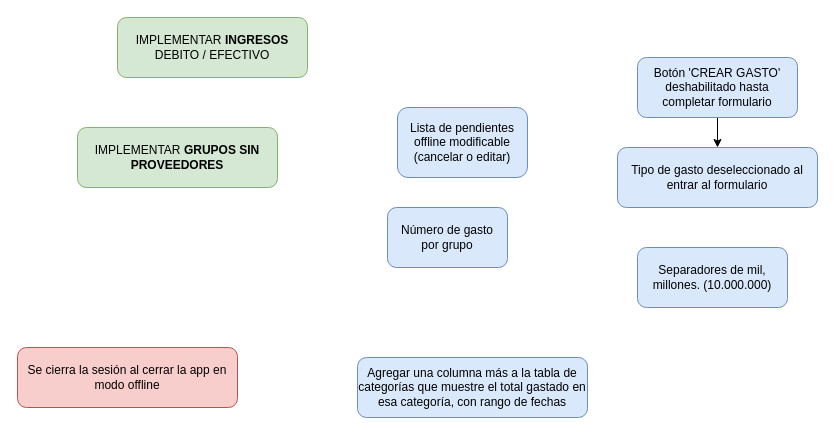
The draw.io diagram images/TODO-expenses-app.drawio in bhf-instituto/Notas, before the edit. Source tidied: cells renumbered, new cells numbered last; positions are measured from the earlier drawing's top-left corner, leaving out a move shared by most shapes. Both pictures are drawn from the tidied source at 100%, with x=0, y=0 at pixel (17, 17).
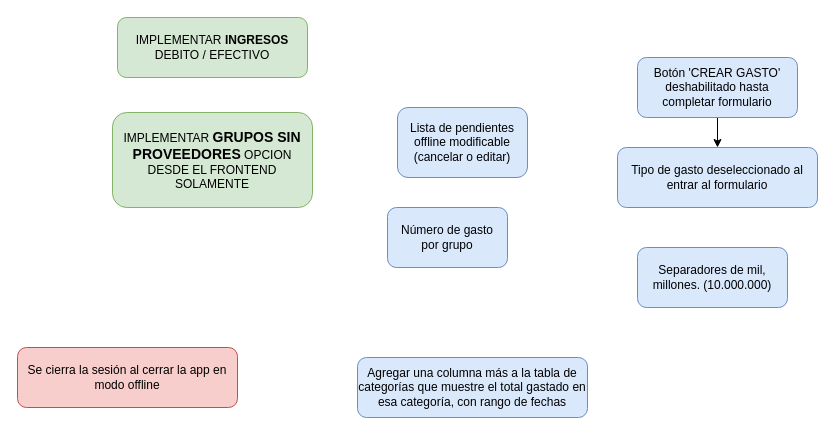
After the change.

The edit, as a diff of the source:
```diff
@@
 <mxGraphModel>
   <root>
     <mxCell id="0" />
     <mxCell id="1" parent="0" />
     <mxCell id="2" value="Se cierra la sesión al cerrar la app en modo offline" style="rounded=1;whiteSpace=wrap;html=1;fillColor=#f8cecc;strokeColor=#b85450;" parent="1" vertex="1">
       <mxGeometry y="330" width="220" height="60" as="geometry" />
     </mxCell>
     <mxCell id="3" value="&lt;div&gt;IMPLEMENTAR &lt;b&gt;INGRESOS&lt;/b&gt;&lt;/div&gt;DEBITO / EFECTIVO" style="rounded=1;whiteSpace=wrap;html=1;fillColor=#d5e8d4;strokeColor=#82b366;" parent="1" vertex="1">
       <mxGeometry x="100" width="190" height="60" as="geometry" />
     </mxCell>
     <mxCell id="4" value="&lt;div&gt;Número de gasto&lt;/div&gt;por grupo" style="rounded=1;whiteSpace=wrap;html=1;fillColor=#dae8fc;strokeColor=#6c8ebf;" parent="1" vertex="1">
       <mxGeometry x="370" y="190" width="120" height="60" as="geometry" />
     </mxCell>
     <mxCell id="5" value="Agregar una columna más a la tabla de categorías que muestre el total gastado en esa categoría, con rango de fechas" style="rounded=1;whiteSpace=wrap;html=1;fillColor=#dae8fc;strokeColor=#6c8ebf;" parent="1" vertex="1">
       <mxGeometry x="340" y="340" width="230" height="60" as="geometry" />
     </mxCell>
     <mxCell id="6" style="edgeStyle=orthogonalEdgeStyle;rounded=0;jettySize=auto;html=1;entryX=0.5;entryY=0;entryDx=0;entryDy=0;" parent="1" edge="1" source="7" target="8">
       <mxGeometry relative="1" as="geometry" />
     </mxCell>
     <mxCell id="7" value="Botón 'CREAR GASTO' deshabilitado hasta completar formulario" style="rounded=1;whiteSpace=wrap;html=1;fillColor=#dae8fc;strokeColor=#6c8ebf;" parent="1" vertex="1">
       <mxGeometry x="620" y="40" width="160" height="60" as="geometry" />
     </mxCell>
     <mxCell id="8" value="Tipo de gasto deseleccionado al entrar al formulario" style="rounded=1;whiteSpace=wrap;html=1;fillColor=#dae8fc;strokeColor=#6c8ebf;" parent="1" vertex="1">
       <mxGeometry x="600" y="130" width="200" height="60" as="geometry" />
     </mxCell>
     <mxCell id="9" value="Separadores de mil, millones. (10.000.000)" style="rounded=1;whiteSpace=wrap;html=1;fillColor=#dae8fc;strokeColor=#6c8ebf;" parent="1" vertex="1">
       <mxGeometry x="620" y="230" width="150" height="60" as="geometry" />
     </mxCell>
     <mxCell id="10" value="Lista de pendientes offline modificable (cancelar o editar)" style="rounded=1;whiteSpace=wrap;html=1;fillColor=#dae8fc;strokeColor=#6c8ebf;" parent="1" vertex="1">
       <mxGeometry x="380" y="90" width="130" height="70" as="geometry" />
     </mxCell>
-    <mxCell id="11" value="IMPLEMENTAR&amp;nbsp;&lt;b&gt;GRUPOS SIN PROVEEDORES&lt;/b&gt;" style="rounded=1;whiteSpace=wrap;html=1;fillColor=#d5e8d4;strokeColor=#82b366;" parent="1" vertex="1">
-      <mxGeometry x="60" y="110" width="200" height="60" as="geometry" />
+    <mxCell id="11" value="IMPLEMENTAR&amp;nbsp;&lt;b&gt;&lt;font style=&quot;font-size: 14px;&quot;&gt;GRUPOS SIN PROVEEDORES&lt;/font&gt; &lt;/b&gt;OPCION DESDE EL FRONTEND SOLAMENTE" style="rounded=1;whiteSpace=wrap;html=1;fillColor=#d5e8d4;strokeColor=#82b366;" parent="1" vertex="1">
+      <mxGeometry x="95" y="95" width="200" height="95" as="geometry" />
     </mxCell>
   </root>
 </mxGraphModel>
```
